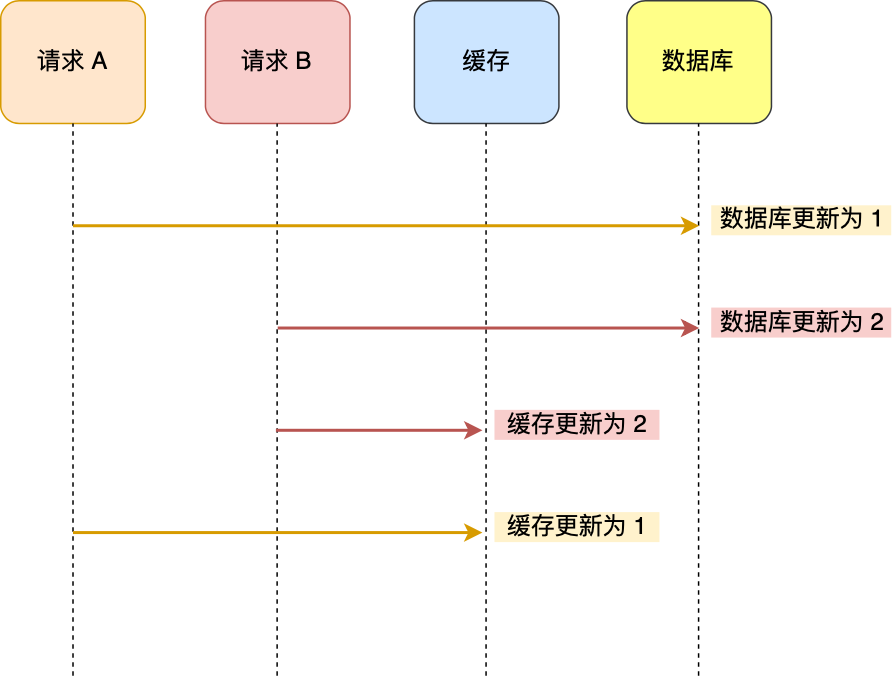
Earlier version of the draw.io export redis/缓存/缓存1-写写.drawio.png (xiaolincoder/ImageHost4). Source tidied: cells renumbered, new cells last; positions are measured from the earlier drawing's top-left corner, leaving out a move shared by most shapes. Source of this version:
```xml
<mxGraphModel>
  <root>
    <mxCell id="0" />
    <mxCell id="1" parent="0" />
    <mxCell id="2" style="group;" parent="1" vertex="1">
      <mxGeometry width="570" height="450" as="geometry" />
    </mxCell>
    <mxCell id="3" value="请求 A" style="rounded=1;whiteSpace=wrap;html=1;fontSize=16;fillColor=#ffe6cc;strokeColor=#d79b00;" parent="2" vertex="1">
      <mxGeometry width="96.3" height="81.8" as="geometry" />
    </mxCell>
    <mxCell id="4" value="请求 B" style="rounded=1;whiteSpace=wrap;html=1;fontSize=16;fillColor=#f8cecc;strokeColor=#b85450;" parent="2" vertex="1">
      <mxGeometry x="136.5" width="96.3" height="81.8" as="geometry" />
    </mxCell>
    <mxCell id="5" value="缓存" style="rounded=1;whiteSpace=wrap;html=1;fontSize=16;fillColor=#cce5ff;strokeColor=#36393d;" parent="2" vertex="1">
      <mxGeometry x="275.8" width="96.3" height="81.8" as="geometry" />
    </mxCell>
    <mxCell id="6" value="数据库" style="rounded=1;whiteSpace=wrap;html=1;fontSize=16;fillColor=#ffff88;strokeColor=#36393d;" parent="2" vertex="1">
      <mxGeometry x="417.5" width="96.3" height="81.8" as="geometry" />
    </mxCell>
    <mxCell id="7" style="endArrow=none;html=1;fontSize=16;entryX=0.5;entryY=1;entryDx=0;entryDy=0;dashed=1;" parent="2" edge="1" target="3">
      <mxGeometry relative="1" as="geometry">
        <mxPoint x="48.2" y="450" as="sourcePoint" />
      </mxGeometry>
    </mxCell>
    <mxCell id="8" style="endArrow=none;html=1;fontSize=16;entryX=0.5;entryY=1;entryDx=0;entryDy=0;dashed=1;" parent="2" edge="1">
      <mxGeometry relative="1" as="geometry">
        <mxPoint x="184.2" y="450" as="sourcePoint" />
        <mxPoint x="184.2" y="81.8" as="targetPoint" />
      </mxGeometry>
    </mxCell>
    <mxCell id="9" style="endArrow=none;html=1;fontSize=16;entryX=0.5;entryY=1;entryDx=0;entryDy=0;dashed=1;" parent="2" edge="1">
      <mxGeometry relative="1" as="geometry">
        <mxPoint x="323.5" y="450" as="sourcePoint" />
        <mxPoint x="323.5" y="81.8" as="targetPoint" />
      </mxGeometry>
    </mxCell>
    <mxCell id="10" style="endArrow=none;html=1;fontSize=16;entryX=0.5;entryY=1;entryDx=0;entryDy=0;dashed=1;" parent="2" edge="1">
      <mxGeometry relative="1" as="geometry">
        <mxPoint x="465.2" y="450" as="sourcePoint" />
        <mxPoint x="465.2" y="81.8" as="targetPoint" />
      </mxGeometry>
    </mxCell>
    <mxCell id="11" style="endArrow=classic;html=1;fontSize=16;fillColor=#ffcd28;strokeColor=#d79b00;gradientColor=#ffa500;strokeWidth=2;" parent="2" edge="1">
      <mxGeometry relative="1" as="geometry">
        <mxPoint x="48.2" y="150" as="sourcePoint" />
        <mxPoint x="465.6" y="150" as="targetPoint" />
      </mxGeometry>
    </mxCell>
    <mxCell id="12" value="数据库更新为 1" style="text;html=1;align=center;verticalAlign=middle;fillColor=#fff2cc;fontSize=16;" parent="2" vertex="1">
      <mxGeometry x="473.7" y="136.4" width="120" height="20" as="geometry" />
    </mxCell>
    <mxCell id="13" style="endArrow=classic;html=1;fontSize=16;strokeWidth=2;gradientColor=#ea6b66;fillColor=#f8cecc;strokeColor=#b85450;" parent="2" edge="1">
      <mxGeometry relative="1" as="geometry">
        <mxPoint x="184.6" y="218.2" as="sourcePoint" />
        <mxPoint x="465.6" y="218.2" as="targetPoint" />
      </mxGeometry>
    </mxCell>
    <mxCell id="14" value="数据库更新为 2" style="text;html=1;align=center;verticalAlign=middle;fillColor=#f8cecc;fontSize=16;" parent="2" vertex="1">
      <mxGeometry x="473.7" y="204.5" width="120" height="20" as="geometry" />
    </mxCell>
    <mxCell id="15" style="endArrow=classic;html=1;fontSize=16;strokeWidth=2;gradientColor=#ea6b66;fillColor=#f8cecc;strokeColor=#b85450;" parent="2" edge="1">
      <mxGeometry relative="1" as="geometry">
        <mxPoint x="183.4" y="286.4" as="sourcePoint" />
        <mxPoint x="321.1" y="286.4" as="targetPoint" />
      </mxGeometry>
    </mxCell>
    <mxCell id="16" value="缓存更新为 2" style="text;html=1;align=center;verticalAlign=middle;fillColor=#f8cecc;fontSize=16;strokeWidth=2;" parent="2" vertex="1">
      <mxGeometry x="329.2" y="272.7" width="110" height="20" as="geometry" />
    </mxCell>
    <mxCell id="17" style="endArrow=classic;html=1;fontSize=16;strokeWidth=2;gradientColor=#ffa500;fillColor=#ffcd28;strokeColor=#d79b00;" parent="2" edge="1">
      <mxGeometry relative="1" as="geometry">
        <mxPoint x="48.2" y="354.5" as="sourcePoint" />
        <mxPoint x="321.1" y="354.5" as="targetPoint" />
      </mxGeometry>
    </mxCell>
    <mxCell id="18" value="缓存更新为 1" style="text;html=1;align=center;verticalAlign=middle;fillColor=#fff2cc;fontSize=16;strokeWidth=2;" parent="2" vertex="1">
      <mxGeometry x="329.2" y="340.9" width="110" height="20" as="geometry" />
    </mxCell>
  </root>
</mxGraphModel>
```
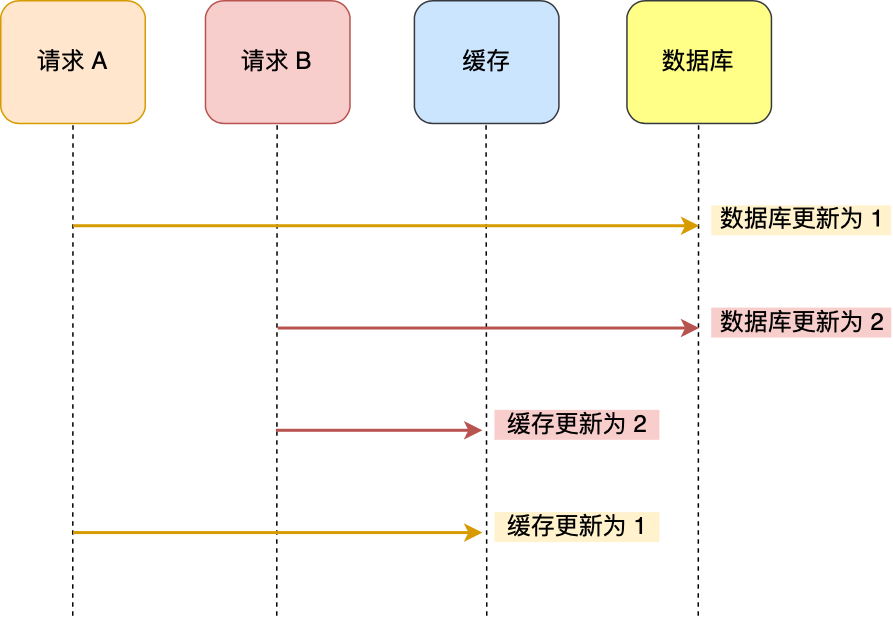
The same diagram one commit later.

Commit message:
已添加 缓存1-写写.drawio.png

Change to the diagram source:
```diff
@@ -2,78 +2,75 @@
   <root>
     <mxCell id="0" />
     <mxCell id="1" parent="0" />
-    <mxCell id="2" style="group;" parent="1" vertex="1">
-      <mxGeometry width="570" height="450" as="geometry" />
-    </mxCell>
-    <mxCell id="3" value="请求 A" style="rounded=1;whiteSpace=wrap;html=1;fontSize=16;fillColor=#ffe6cc;strokeColor=#d79b00;" parent="2" vertex="1">
+    <mxCell id="3" value="请求 A" style="rounded=1;whiteSpace=wrap;html=1;fontSize=16;fillColor=#ffe6cc;strokeColor=#d79b00;" parent="1" vertex="1">
       <mxGeometry width="96.3" height="81.8" as="geometry" />
     </mxCell>
-    <mxCell id="4" value="请求 B" style="rounded=1;whiteSpace=wrap;html=1;fontSize=16;fillColor=#f8cecc;strokeColor=#b85450;" parent="2" vertex="1">
+    <mxCell id="4" value="请求 B" style="rounded=1;whiteSpace=wrap;html=1;fontSize=16;fillColor=#f8cecc;strokeColor=#b85450;" parent="1" vertex="1">
       <mxGeometry x="136.5" width="96.3" height="81.8" as="geometry" />
     </mxCell>
-    <mxCell id="5" value="缓存" style="rounded=1;whiteSpace=wrap;html=1;fontSize=16;fillColor=#cce5ff;strokeColor=#36393d;" parent="2" vertex="1">
+    <mxCell id="5" value="缓存" style="rounded=1;whiteSpace=wrap;html=1;fontSize=16;fillColor=#cce5ff;strokeColor=#36393d;" parent="1" vertex="1">
       <mxGeometry x="275.8" width="96.3" height="81.8" as="geometry" />
     </mxCell>
-    <mxCell id="6" value="数据库" style="rounded=1;whiteSpace=wrap;html=1;fontSize=16;fillColor=#ffff88;strokeColor=#36393d;" parent="2" vertex="1">
+    <mxCell id="6" value="数据库" style="rounded=1;whiteSpace=wrap;html=1;fontSize=16;fillColor=#ffff88;strokeColor=#36393d;" parent="1" vertex="1">
       <mxGeometry x="417.5" width="96.3" height="81.8" as="geometry" />
     </mxCell>
-    <mxCell id="7" style="endArrow=none;html=1;fontSize=16;entryX=0.5;entryY=1;entryDx=0;entryDy=0;dashed=1;" parent="2" edge="1" target="3">
-      <mxGeometry relative="1" as="geometry">
-        <mxPoint x="48.2" y="450" as="sourcePoint" />
+    <mxCell id="7" style="endArrow=none;html=1;fontSize=16;entryX=0.5;entryY=1;entryDx=0;entryDy=0;dashed=1;" parent="1" edge="1" target="3">
+      <mxGeometry x="70" y="150" as="geometry">
+        <mxPoint x="48" y="410" as="sourcePoint" />
       </mxGeometry>
     </mxCell>
-    <mxCell id="8" style="endArrow=none;html=1;fontSize=16;entryX=0.5;entryY=1;entryDx=0;entryDy=0;dashed=1;" parent="2" edge="1">
-      <mxGeometry relative="1" as="geometry">
-        <mxPoint x="184.2" y="450" as="sourcePoint" />
+    <mxCell id="8" style="endArrow=none;html=1;fontSize=16;entryX=0.5;entryY=1;entryDx=0;entryDy=0;dashed=1;" parent="1" edge="1">
+      <mxGeometry x="70" y="150" as="geometry">
+        <mxPoint x="184" y="410" as="sourcePoint" />
         <mxPoint x="184.2" y="81.8" as="targetPoint" />
       </mxGeometry>
     </mxCell>
-    <mxCell id="9" style="endArrow=none;html=1;fontSize=16;entryX=0.5;entryY=1;entryDx=0;entryDy=0;dashed=1;" parent="2" edge="1">
-      <mxGeometry relative="1" as="geometry">
-        <mxPoint x="323.5" y="450" as="sourcePoint" />
+    <mxCell id="9" style="endArrow=none;html=1;fontSize=16;entryX=0.5;entryY=1;entryDx=0;entryDy=0;dashed=1;" parent="1" edge="1">
+      <mxGeometry x="70" y="150" as="geometry">
+        <mxPoint x="324" y="410" as="sourcePoint" />
         <mxPoint x="323.5" y="81.8" as="targetPoint" />
       </mxGeometry>
     </mxCell>
-    <mxCell id="10" style="endArrow=none;html=1;fontSize=16;entryX=0.5;entryY=1;entryDx=0;entryDy=0;dashed=1;" parent="2" edge="1">
-      <mxGeometry relative="1" as="geometry">
-        <mxPoint x="465.2" y="450" as="sourcePoint" />
+    <mxCell id="10" style="endArrow=none;html=1;fontSize=16;entryX=0.5;entryY=1;entryDx=0;entryDy=0;dashed=1;" parent="1" edge="1">
+      <mxGeometry x="70" y="150" as="geometry">
+        <mxPoint x="465" y="410" as="sourcePoint" />
         <mxPoint x="465.2" y="81.8" as="targetPoint" />
       </mxGeometry>
     </mxCell>
-    <mxCell id="11" style="endArrow=classic;html=1;fontSize=16;fillColor=#ffcd28;strokeColor=#d79b00;gradientColor=#ffa500;strokeWidth=2;" parent="2" edge="1">
-      <mxGeometry relative="1" as="geometry">
+    <mxCell id="11" style="endArrow=classic;html=1;fontSize=16;fillColor=#ffcd28;strokeColor=#d79b00;gradientColor=#ffa500;strokeWidth=2;" parent="1" edge="1">
+      <mxGeometry x="70" y="150" as="geometry">
         <mxPoint x="48.2" y="150" as="sourcePoint" />
         <mxPoint x="465.6" y="150" as="targetPoint" />
       </mxGeometry>
     </mxCell>
-    <mxCell id="12" value="数据库更新为 1" style="text;html=1;align=center;verticalAlign=middle;fillColor=#fff2cc;fontSize=16;" parent="2" vertex="1">
+    <mxCell id="12" value="数据库更新为 1" style="text;html=1;align=center;verticalAlign=middle;fillColor=#fff2cc;fontSize=16;" parent="1" vertex="1">
       <mxGeometry x="473.7" y="136.4" width="120" height="20" as="geometry" />
     </mxCell>
-    <mxCell id="13" style="endArrow=classic;html=1;fontSize=16;strokeWidth=2;gradientColor=#ea6b66;fillColor=#f8cecc;strokeColor=#b85450;" parent="2" edge="1">
-      <mxGeometry relative="1" as="geometry">
+    <mxCell id="13" style="endArrow=classic;html=1;fontSize=16;strokeWidth=2;gradientColor=#ea6b66;fillColor=#f8cecc;strokeColor=#b85450;" parent="1" edge="1">
+      <mxGeometry x="70" y="150" as="geometry">
         <mxPoint x="184.6" y="218.2" as="sourcePoint" />
         <mxPoint x="465.6" y="218.2" as="targetPoint" />
       </mxGeometry>
     </mxCell>
-    <mxCell id="14" value="数据库更新为 2" style="text;html=1;align=center;verticalAlign=middle;fillColor=#f8cecc;fontSize=16;" parent="2" vertex="1">
+    <mxCell id="14" value="数据库更新为 2" style="text;html=1;align=center;verticalAlign=middle;fillColor=#f8cecc;fontSize=16;" parent="1" vertex="1">
       <mxGeometry x="473.7" y="204.5" width="120" height="20" as="geometry" />
     </mxCell>
-    <mxCell id="15" style="endArrow=classic;html=1;fontSize=16;strokeWidth=2;gradientColor=#ea6b66;fillColor=#f8cecc;strokeColor=#b85450;" parent="2" edge="1">
-      <mxGeometry relative="1" as="geometry">
+    <mxCell id="15" style="endArrow=classic;html=1;fontSize=16;strokeWidth=2;gradientColor=#ea6b66;fillColor=#f8cecc;strokeColor=#b85450;" parent="1" edge="1">
+      <mxGeometry x="70" y="150" as="geometry">
         <mxPoint x="183.4" y="286.4" as="sourcePoint" />
         <mxPoint x="321.1" y="286.4" as="targetPoint" />
       </mxGeometry>
     </mxCell>
-    <mxCell id="16" value="缓存更新为 2" style="text;html=1;align=center;verticalAlign=middle;fillColor=#f8cecc;fontSize=16;strokeWidth=2;" parent="2" vertex="1">
+    <mxCell id="16" value="缓存更新为 2" style="text;html=1;align=center;verticalAlign=middle;fillColor=#f8cecc;fontSize=16;strokeWidth=2;" parent="1" vertex="1">
       <mxGeometry x="329.2" y="272.7" width="110" height="20" as="geometry" />
     </mxCell>
-    <mxCell id="17" style="endArrow=classic;html=1;fontSize=16;strokeWidth=2;gradientColor=#ffa500;fillColor=#ffcd28;strokeColor=#d79b00;" parent="2" edge="1">
-      <mxGeometry relative="1" as="geometry">
+    <mxCell id="17" style="endArrow=classic;html=1;fontSize=16;strokeWidth=2;gradientColor=#ffa500;fillColor=#ffcd28;strokeColor=#d79b00;" parent="1" edge="1">
+      <mxGeometry x="70" y="150" as="geometry">
         <mxPoint x="48.2" y="354.5" as="sourcePoint" />
         <mxPoint x="321.1" y="354.5" as="targetPoint" />
       </mxGeometry>
     </mxCell>
-    <mxCell id="18" value="缓存更新为 1" style="text;html=1;align=center;verticalAlign=middle;fillColor=#fff2cc;fontSize=16;strokeWidth=2;" parent="2" vertex="1">
+    <mxCell id="18" value="缓存更新为 1" style="text;html=1;align=center;verticalAlign=middle;fillColor=#fff2cc;fontSize=16;strokeWidth=2;" parent="1" vertex="1">
       <mxGeometry x="329.2" y="340.9" width="110" height="20" as="geometry" />
     </mxCell>
   </root>
```
